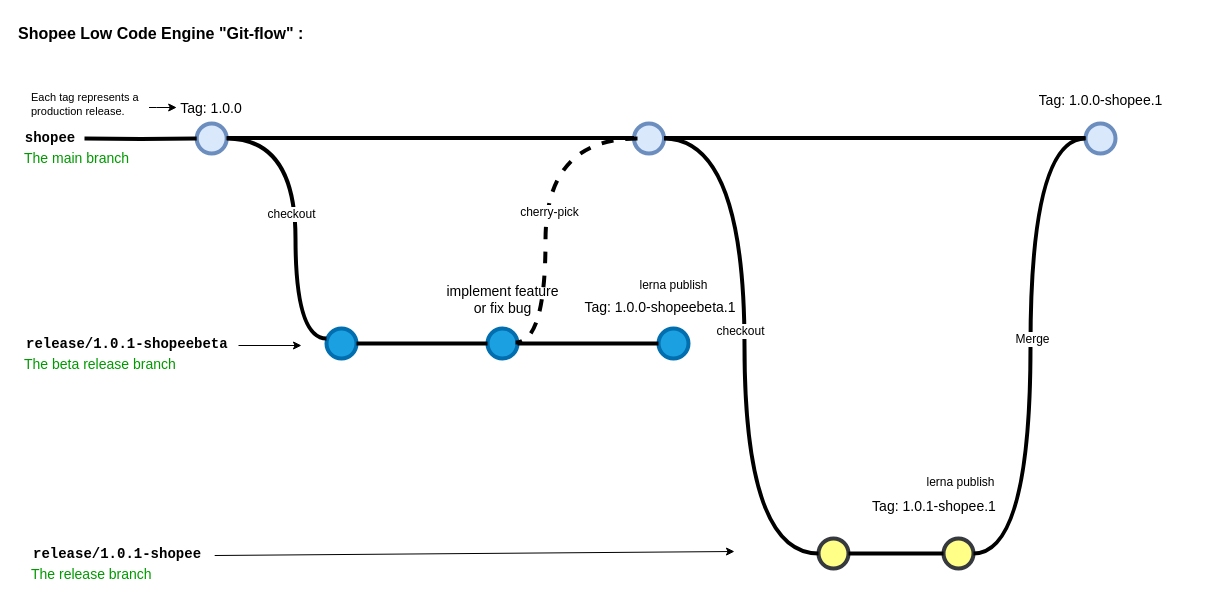
Zsynuting/diagram keeps this draw.io diagram as shopee-lowcode-engine-git-flow.drawio. Above is the earlier version. Source tidied: cells renumbered, new cells numbered last; positions are measured from the earlier drawing's top-left corner, leaving out a move shared by most shapes. Both pictures are drawn from the tidied source at 100%, with x=0, y=0 at pixel (16, 17).
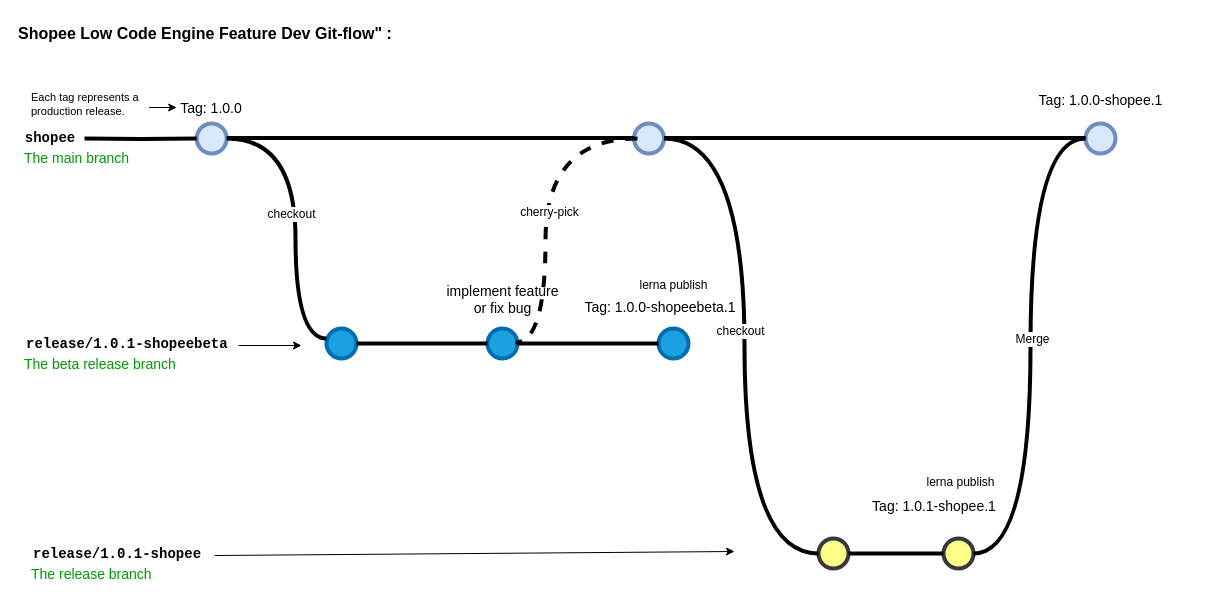
The same page after the edit.

The edit, as a diff of the source:
```diff
@@
-    <mxCell id="15" value="Shopee Low Code Engine &quot;Git-flow&quot; :" style="text;whiteSpace=wrap;html=1;fontStyle=1;fontSize=16;" parent="1" vertex="1">
+    <mxCell id="15" value="Shopee Low Code Engine Feature Dev Git-flow&quot; :" style="text;whiteSpace=wrap;html=1;fontStyle=1;fontSize=16;" parent="1" vertex="1">
       <mxGeometry x="0.2" width="427.8" height="20" as="geometry" />
     </mxCell>
```
